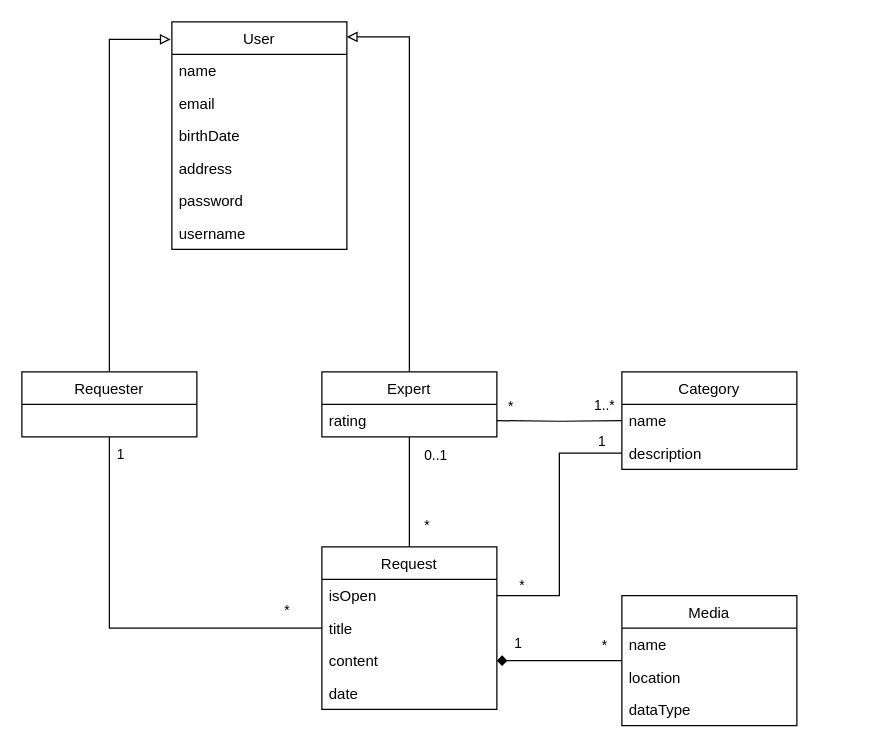
The draw.io diagram artefacts/domain_model.drawio in Luc641/Amicus, before the edit. Source tidied: cells renumbered, new cells numbered last; positions are measured from the earlier drawing's top-left corner, leaving out a move shared by most shapes. Both pictures are drawn from the tidied source at 125%, with x=0, y=0 at pixel (21, 21).
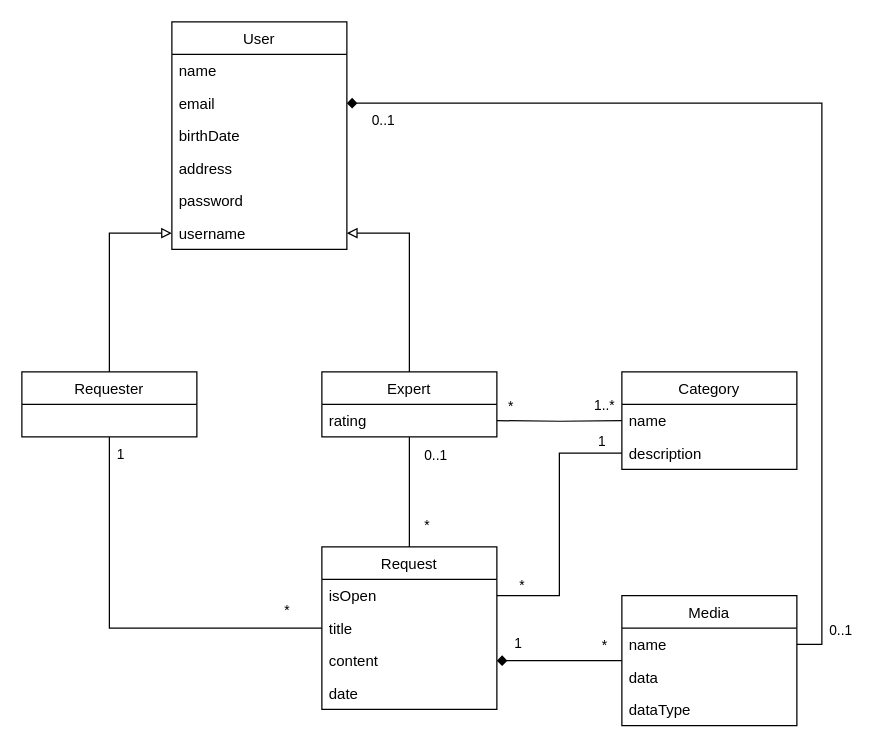
The same page after the edit.

Unchanged cells that the change refers to:
```xml
<mxCell id="2" value="User" style="swimlane;fontStyle=0;horizontal=1;startSize=26;fillColor=none;" parent="1" vertex="1">
  <mxGeometry x="120" width="140" height="182" as="geometry" />
</mxCell>
<mxCell id="4" value="email" style="text;strokeColor=none;fillColor=none;align=left;verticalAlign=top;spacingLeft=4;spacingRight=4;overflow=hidden;points=[[0,0.5],[1,0.5]];portConstraint=eastwest;" parent="2" vertex="1">
  <mxGeometry y="52" width="140" height="26" as="geometry" />
</mxCell>
<mxCell id="8" value="username" style="text;strokeColor=none;fillColor=none;align=left;verticalAlign=top;spacingLeft=4;spacingRight=4;overflow=hidden;points=[[0,0.5],[1,0.5]];portConstraint=eastwest;" parent="2" vertex="1">
  <mxGeometry y="156" width="140" height="26" as="geometry" />
</mxCell>
<mxCell id="10" value="Requester" style="swimlane;fontStyle=0;horizontal=1;startSize=26;fillColor=none;" parent="1" vertex="1">
  <mxGeometry y="280" width="140" height="52" as="geometry" />
</mxCell>
<mxCell id="12" value="Expert" style="swimlane;fontStyle=0;horizontal=1;startSize=26;fillColor=none;" parent="1" vertex="1">
  <mxGeometry x="240" y="280" width="140" height="52" as="geometry" />
</mxCell>
<mxCell id="31" value="Media" style="swimlane;fontStyle=0;horizontal=1;startSize=26;fillColor=none;" parent="1" vertex="1">
  <mxGeometry x="480" y="459" width="140" height="104" as="geometry" />
</mxCell>
<mxCell id="32" value="name" style="text;strokeColor=none;fillColor=none;align=left;verticalAlign=top;spacingLeft=4;spacingRight=4;overflow=hidden;points=[[0,0.5],[1,0.5]];portConstraint=eastwest;" parent="31" vertex="1">
  <mxGeometry y="26" width="140" height="26" as="geometry" />
</mxCell>
```

The edit, as a diff of the source:
```diff
@@
-    <mxCell id="9" style="edgeStyle=orthogonalEdgeStyle;rounded=0;jettySize=auto;html=1;entryX=-0.007;entryY=0.077;entryDx=0;entryDy=0;entryPerimeter=0;endArrow=block;endFill=0;" parent="1" edge="1" source="10" target="2">
-      <mxGeometry relative="1" as="geometry" />
-    </mxCell>
+    <mxCell id="41" style="edgeStyle=orthogonalEdgeStyle;rounded=0;jettySize=auto;html=1;exitX=0.5;exitY=0;exitDx=0;exitDy=0;entryX=0;entryY=0.5;entryDx=0;entryDy=0;endArrow=block;endFill=0;" parent="1" edge="1" source="10" target="8">
+      <mxGeometry relative="1" as="geometry" />
+    </mxCell>
@@
-    <mxCell id="11" style="edgeStyle=orthogonalEdgeStyle;rounded=0;jettySize=auto;html=1;entryX=1;entryY=0.066;entryDx=0;entryDy=0;entryPerimeter=0;endArrow=block;endFill=0;" parent="1" edge="1" source="12" target="2">
-      <mxGeometry relative="1" as="geometry" />
-    </mxCell>
+    <mxCell id="42" style="edgeStyle=orthogonalEdgeStyle;rounded=0;jettySize=auto;html=1;exitX=0.5;exitY=0;exitDx=0;exitDy=0;entryX=1;entryY=0.5;entryDx=0;entryDy=0;endArrow=block;endFill=0;" parent="1" edge="1" source="12" target="8">
+      <mxGeometry relative="1" as="geometry" />
+    </mxCell>
@@
-    <mxCell id="33" value="location" style="text;strokeColor=none;fillColor=none;align=left;verticalAlign=top;spacingLeft=4;spacingRight=4;overflow=hidden;" parent="31" vertex="1">
+    <mxCell id="33" value="data" style="text;strokeColor=none;fillColor=none;align=left;verticalAlign=top;spacingLeft=4;spacingRight=4;overflow=hidden;" parent="31" vertex="1">
       <mxGeometry y="52" width="140" height="26" as="geometry" />
     </mxCell>
@@
+    <mxCell id="43" style="edgeStyle=orthogonalEdgeStyle;rounded=0;jettySize=auto;html=1;exitX=1;exitY=0.5;exitDx=0;exitDy=0;entryX=1;entryY=0.5;entryDx=0;entryDy=0;endArrow=diamond;endFill=1;startArrow=none;startFill=0;" parent="1" edge="1" source="32" target="4">
+      <mxGeometry relative="1" as="geometry" />
+    </mxCell>
+    <mxCell id="44" value="0..1" style="edgeLabel;html=1;align=center;verticalAlign=middle;" parent="43" vertex="1">
+      <mxGeometry x="0.63" y="-2" relative="1" as="geometry">
+        <mxPoint x="-126" y="15" as="offset" />
+      </mxGeometry>
+    </mxCell>
+    <mxCell id="45" value="0..1" style="edgeLabel;html=1;align=center;verticalAlign=middle;" parent="1" vertex="1">
+      <mxGeometry x="660" y="485" as="geometry">
+        <mxPoint x="-6" y="1" as="offset" />
+      </mxGeometry>
+    </mxCell>
```
